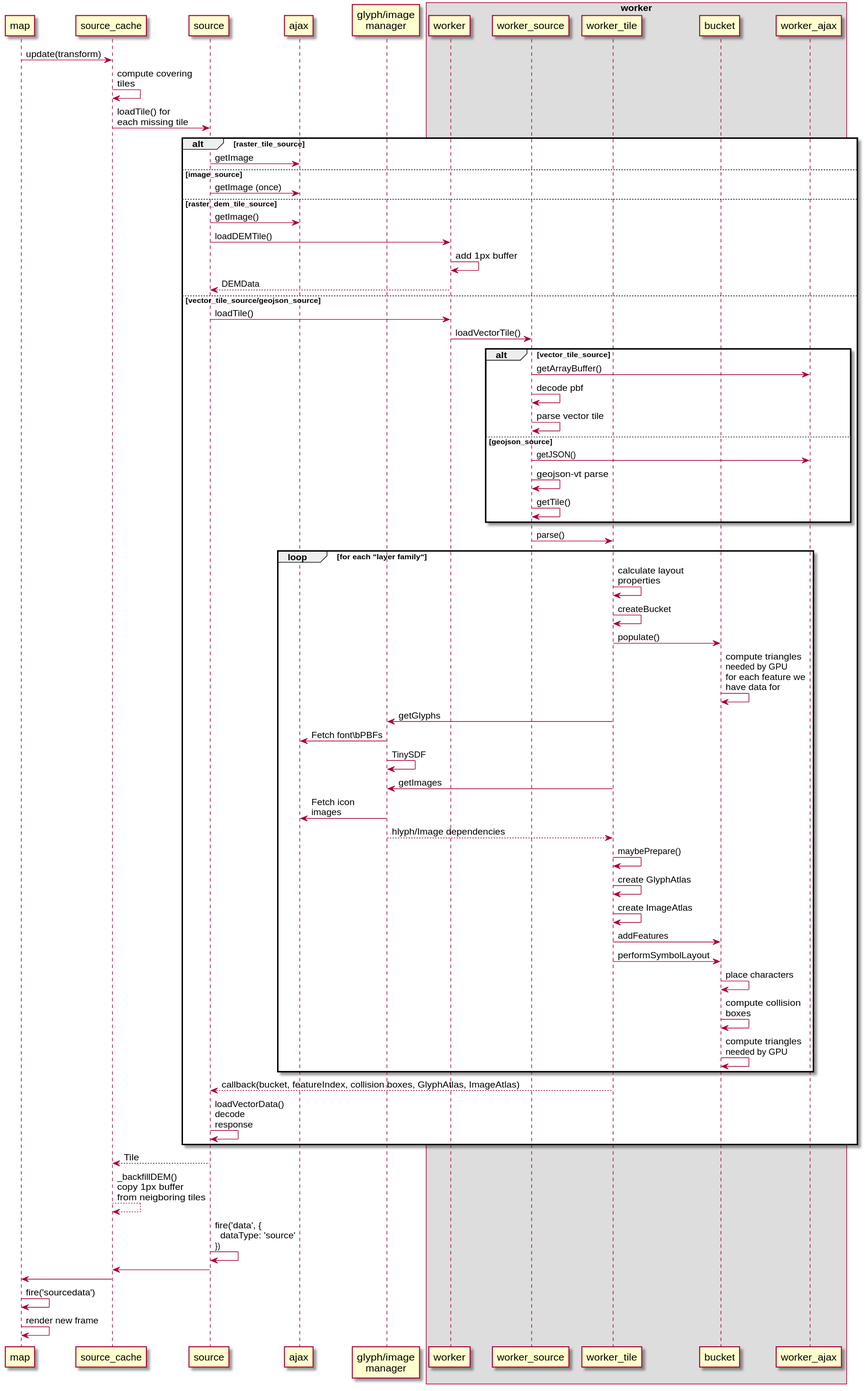
Before: docs/diagrams/fetch-tile.plantuml.svg, a diagram exported from PlantUML (maplibre/maplibre-gl-js). The source it was exported from:
```plantuml
@startuml
participant map
participant source_cache
participant source
participant ajax
participant "glyph/image\nmanager"
box worker
participant worker
participant worker_source
participant worker_tile
participant bucket
participant worker_ajax
end box

map->source_cache: update(transform)
source_cache->source_cache: compute covering\ntiles
source_cache->source: loadTile() for\neach missing tile
alt raster_tile_source
source->ajax: getImage
else image_source
source->ajax: getImage (once)
else raster_dem_tile_source
source->ajax: getImage()
source->worker: loadDEMTile()
worker->worker: add 1px buffer
worker-->source: DEMData
else vector_tile_source/geojson_source
source->worker: loadTile()
worker->worker_source: loadVectorTile()
alt vector_tile_source
worker_source->worker_ajax: getArrayBuffer()
worker_source->worker_source: decode pbf
worker_source->worker_source: parse vector tile
else geojson_source
worker_source->worker_ajax: getJSON()
worker_source->worker_source: geojson-vt parse
worker_source->worker_source: getTile()
end
worker_source->worker_tile: parse()
loop for each "layer family"
worker_tile->worker_tile: calculate layout\nproperties
worker_tile->worker_tile: createBucket
worker_tile->bucket: populate()
bucket->bucket: compute triangles\nneeded by GPU\nfor each feature we\nhave data for
worker_tile->"glyph/image\nmanager": getGlyphs
"glyph/image\nmanager"->ajax: Fetch font\bPBFs
"glyph/image\nmanager"->"glyph/image\nmanager": TinySDF
worker_tile->"glyph/image\nmanager": getImages
"glyph/image\nmanager"->ajax: Fetch icon\nimages
"glyph/image\nmanager"-->worker_tile: hlyph/Image dependencies
worker_tile->worker_tile: maybePrepare()
worker_tile->worker_tile: create GlyphAtlas
worker_tile->worker_tile: create ImageAtlas
worker_tile->bucket: addFeatures
worker_tile->bucket: performSymbolLayout
bucket->bucket: place characters
bucket->bucket: compute collision\nboxes
bucket->bucket: compute triangles\nneeded by GPU
end
worker_tile-->source: callback(bucket, featureIndex, collision boxes, GlyphAtlas, ImageAtlas)
source->source: loadVectorData()\ndecode\nresponse
end
source-->source_cache: Tile
source_cache-->source_cache: _backfillDEM()\ncopy 1px buffer\nfrom neigboring tiles
source->source: fire('data', {\n  dataType: 'source'\n})
source->source_cache:
source_cache->map:
map->map: fire('sourcedata')
map->map: render new frame
@enduml
```
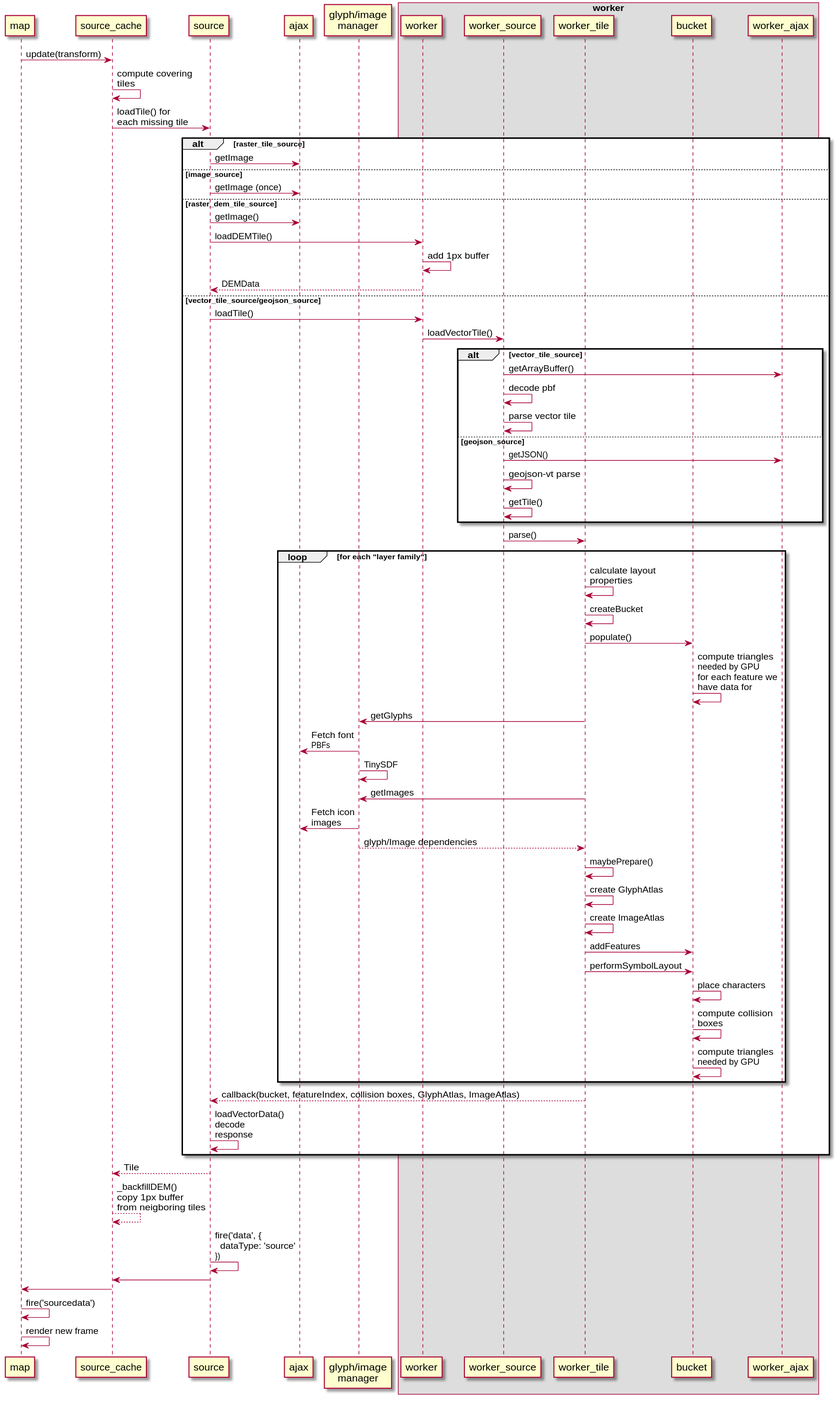
Later version of the same file.

Change to the diagram source:
```diff
@@ -43,11 +43,11 @@
 worker_tile->bucket: populate()
 bucket->bucket: compute triangles\nneeded by GPU\nfor each feature we\nhave data for
 worker_tile->"glyph/image\nmanager": getGlyphs
-"glyph/image\nmanager"->ajax: Fetch font\bPBFs
+"glyph/image\nmanager"->ajax: Fetch font\nPBFs
 "glyph/image\nmanager"->"glyph/image\nmanager": TinySDF
 worker_tile->"glyph/image\nmanager": getImages
 "glyph/image\nmanager"->ajax: Fetch icon\nimages
-"glyph/image\nmanager"-->worker_tile: hlyph/Image dependencies
+"glyph/image\nmanager"-->worker_tile: glyph/Image dependencies
 worker_tile->worker_tile: maybePrepare()
 worker_tile->worker_tile: create GlyphAtlas
 worker_tile->worker_tile: create ImageAtlas
```
